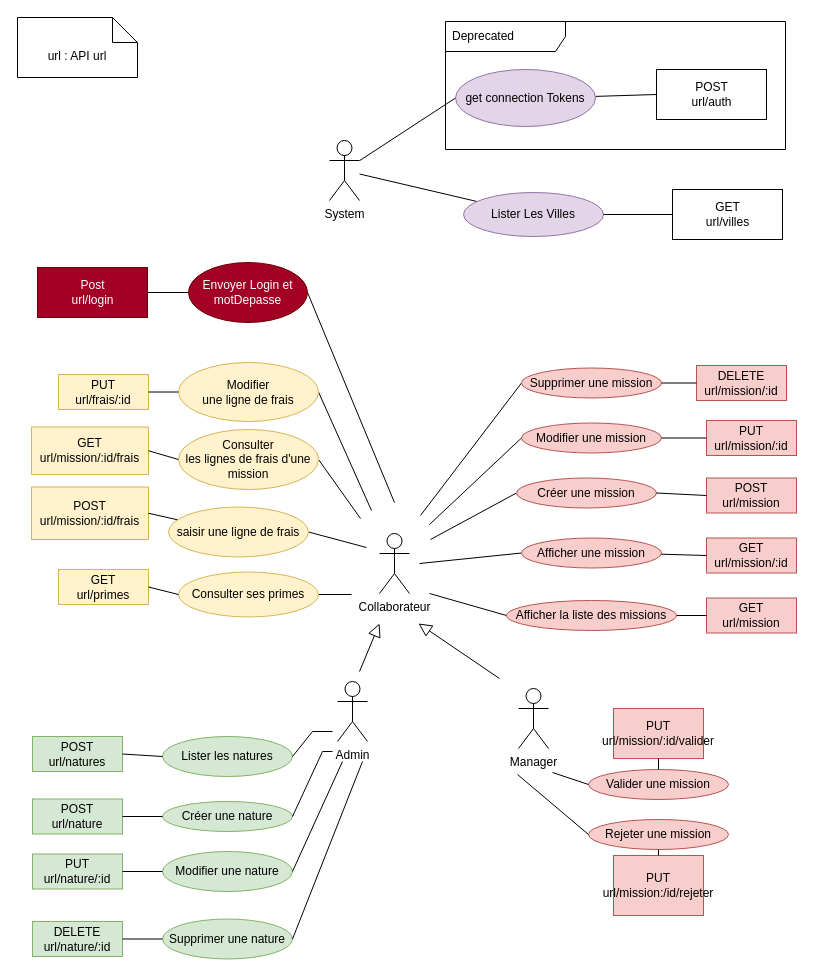
Before: Conception/use_case_API.drawio in VincentProuchet/Gestion_Missions_BE, a draw.io diagram. Source tidied: cells renumbered, new cells numbered last; positions are measured from the earlier drawing's top-left corner, leaving out a move shared by most shapes. Both pictures are drawn from the tidied source at 100%, with x=0, y=0 at pixel (17, 17).
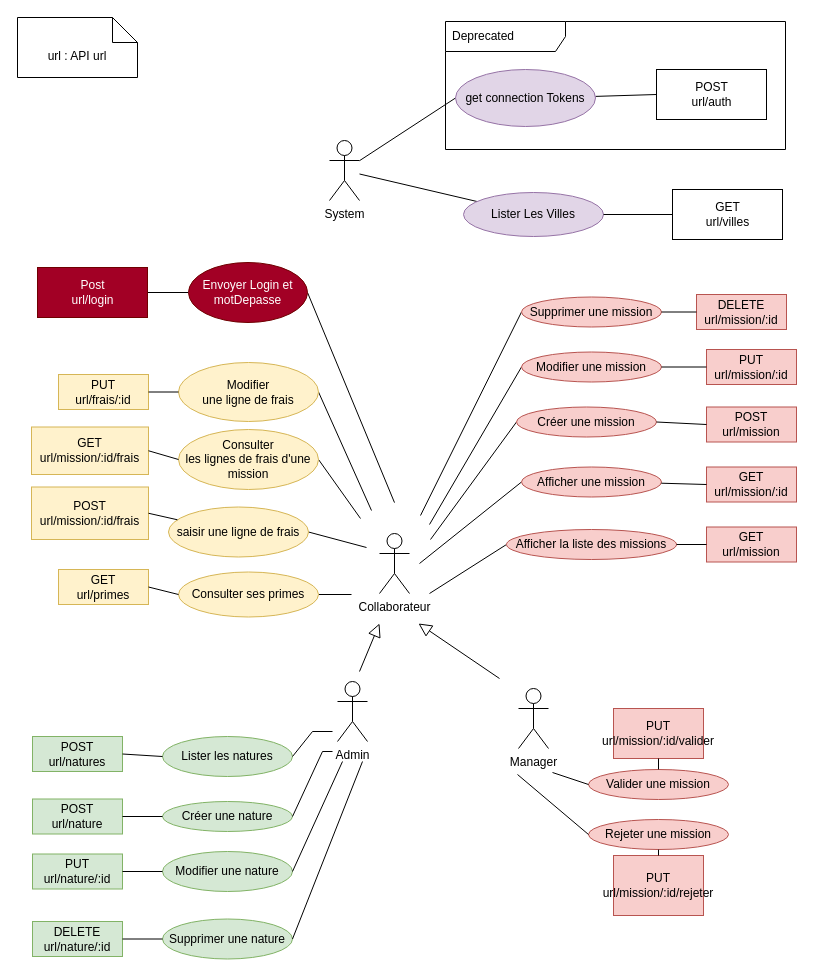
After the change.

Commit message:
mise à jour des routes dans le diagramme useCase_API

The change refers to these unchanged cells:
```xml
<mxCell id="19" style="group;" parent="1" vertex="1">
  <mxGeometry x="500" y="671" width="211" height="263" as="geometry" />
</mxCell>
```

The edit, as a diff of the source:
```diff
@@
-    <mxCell id="26" value="PUT&lt;br&gt;url/mission:/id/rejeter" style="text;html=1;strokeColor=#b85450;fillColor=#f8cecc;align=center;verticalAlign=middle;whiteSpace=wrap;rounded=0;shadow=0;sketch=0;" parent="19" vertex="1">
+    <mxCell id="26" value="PUT&lt;br&gt;url/mission/:id/rejeter" style="text;html=1;strokeColor=#b85450;fillColor=#f8cecc;align=center;verticalAlign=middle;whiteSpace=wrap;rounded=0;shadow=0;sketch=0;" parent="19" vertex="1">
       <mxGeometry x="96" y="167" width="90" height="60" as="geometry" />
     </mxCell>
@@
     <mxCell id="60" style="group;" parent="1" vertex="1">
-      <mxGeometry x="489" y="348" width="290" height="267.5" as="geometry" />
+      <mxGeometry x="489" y="277" width="290" height="267.5" as="geometry" />
     </mxCell>
```
